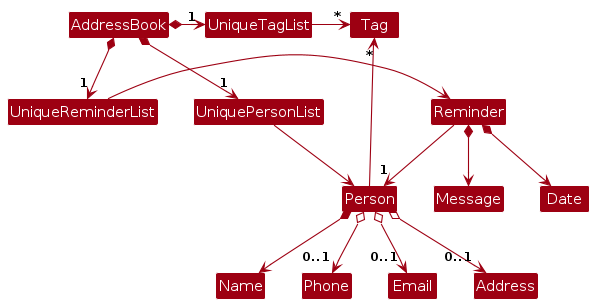
This is diagrams/BetterModelClassDiagram.png from AY2526S1-CS2103T-W08-4/tp, a PlantUML export, as it was before one commit. Its source is kept beside it as diagrams/BetterModelClassDiagram.puml.
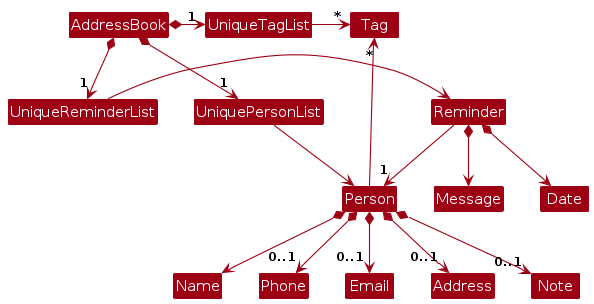
After the commit.

Diff of the diagram source:
```diff
@@ -17,9 +17,10 @@
 Person -up-> "*" Tag
 
 Person *--> Name
-Person o--> "0..1" Phone
-Person o--> "0..1" Email
-Person o--> "0..1" Address
+Person *--> "0..1" Phone
+Person *--> "0..1" Email
+Person *--> "0..1" Address
+Person *--> "0..1" Note
 
 Reminder --> "1" Person
 Reminder *--> Date
```
